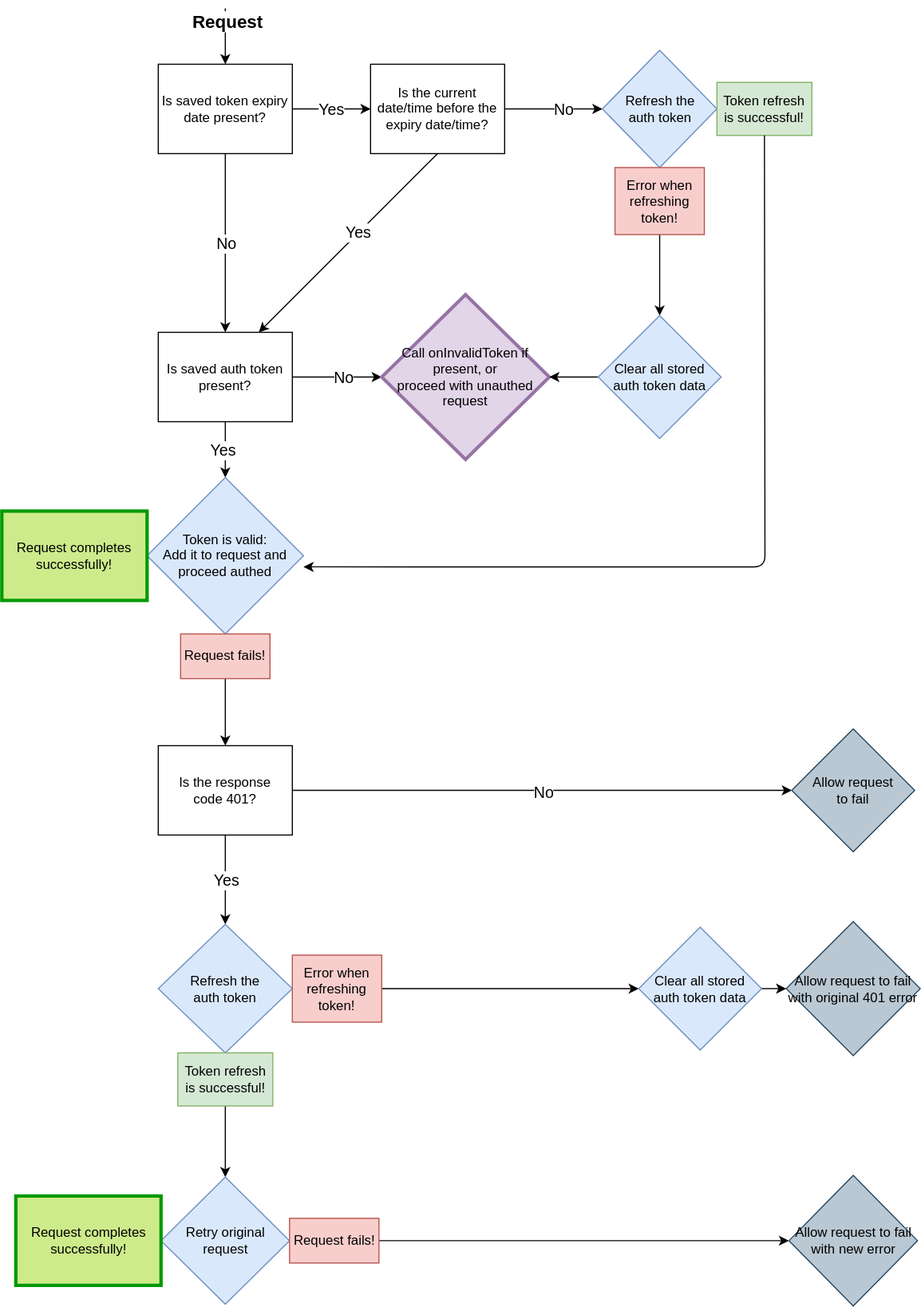
Earlier version of the draw.io export documentation/request_flow.drawio.svg (pcsoftgroup/oauth_interceptor). Source tidied: cells renumbered, new cells last; positions are measured from the earlier drawing's top-left corner, leaving out a move shared by most shapes.
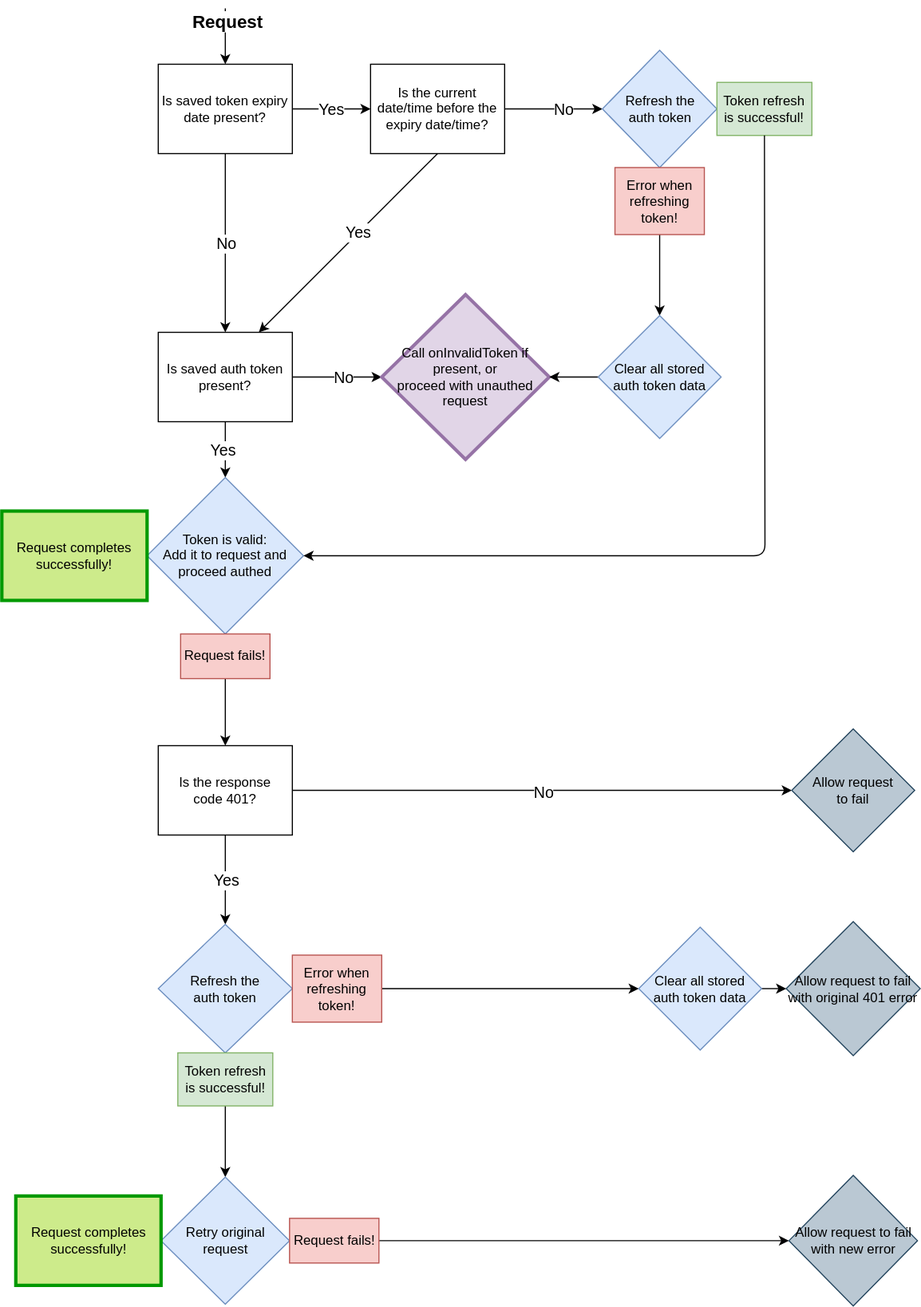
After the commit.

The edit, as a diff of the source:
```diff
@@ -173,10 +173,10 @@
     <mxCell id="56" value="Is saved token expiry date present?" style="text;html=1;align=center;verticalAlign=middle;whiteSpace=wrap;rounded=0;strokeColor=default;fillColor=default;" parent="1" vertex="1">
       <mxGeometry x="140" y="50" width="120" height="80" as="geometry" />
     </mxCell>
-    <mxCell id="57" style="edgeStyle=none;html=1;entryX=1;entryY=0.571;entryDx=0;entryDy=0;entryPerimeter=0;" parent="1" edge="1" source="25" target="16">
+    <mxCell id="57" style="edgeStyle=none;html=1;entryX=1;entryY=0.5;entryDx=0;entryDy=0;" parent="1" edge="1" source="25" target="16">
       <mxGeometry relative="1" as="geometry">
         <Array as="points">
-          <mxPoint x="683" y="500" />
+          <mxPoint x="683" y="490" />
         </Array>
       </mxGeometry>
     </mxCell>
```
